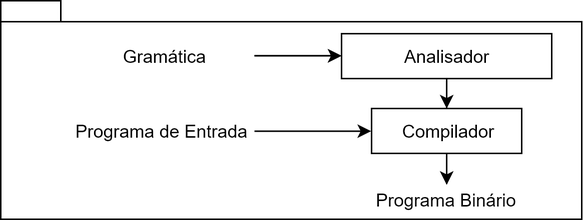
evandrocoan/objectbeatypictures keeps this draw.io diagram as MyWorflowForLarkTraduzido.png. Above is the earlier version. Source tidied: cells renumbered, new cells last; positions are measured from the earlier drawing's top-left corner, leaving out a move shared by most shapes.
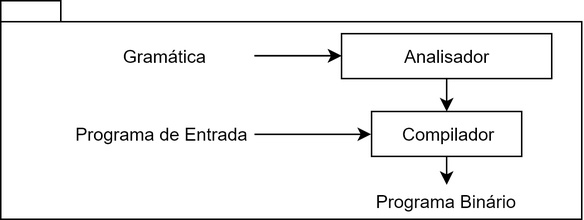
The same file after the commit.

Change to the diagram source:
```diff
@@ -20,20 +20,23 @@
     <mxCell id="7" value="Gramática" style="text;html=1;strokeColor=none;fillColor=none;align=center;verticalAlign=middle;whiteSpace=wrap;rounded=0;" parent="1" vertex="1">
       <mxGeometry x="48" y="24.5" width="121" height="25" as="geometry" />
     </mxCell>
-    <mxCell id="8" style="edgeStyle=orthogonalEdgeStyle;rounded=0;html=1;jettySize=auto;" parent="1" edge="1" source="9" target="12">
-      <mxGeometry relative="1" as="geometry" />
+    <mxCell id="8" style="edgeStyle=orthogonalEdgeStyle;rounded=0;html=1;jettySize=auto;orthogonalLoop=1;" parent="1" edge="1">
+      <mxGeometry relative="1" as="geometry">
+        <mxPoint x="297" y="103" as="sourcePoint" />
+        <mxPoint x="297" y="123" as="targetPoint" />
+      </mxGeometry>
     </mxCell>
     <mxCell id="9" value="Compilador" style="rounded=0;whiteSpace=wrap;html=1;" parent="1" vertex="1">
-      <mxGeometry x="247" y="72" width="100" height="30" as="geometry" />
+      <mxGeometry x="247" y="74" width="100" height="30" as="geometry" />
     </mxCell>
     <mxCell id="10" style="edgeStyle=orthogonalEdgeStyle;rounded=0;html=1;entryX=0;entryY=0.5;jettySize=auto;" parent="1" edge="1" source="11" target="9">
       <mxGeometry relative="1" as="geometry" />
     </mxCell>
     <mxCell id="11" value="Programa de Entrada" style="text;html=1;strokeColor=none;fillColor=none;align=center;verticalAlign=middle;whiteSpace=wrap;rounded=0;" parent="1" vertex="1">
-      <mxGeometry x="46" y="77" width="123" height="20" as="geometry" />
+      <mxGeometry x="46" y="79" width="123" height="20" as="geometry" />
     </mxCell>
     <mxCell id="12" value="Programa Binário" style="text;html=1;strokeColor=none;fillColor=none;align=center;verticalAlign=middle;whiteSpace=wrap;rounded=0;" parent="1" vertex="1">
-      <mxGeometry x="227" y="123" width="140" height="19" as="geometry" />
+      <mxGeometry x="227" y="124" width="140" height="19" as="geometry" />
     </mxCell>
   </root>
 </mxGraphModel>
```
